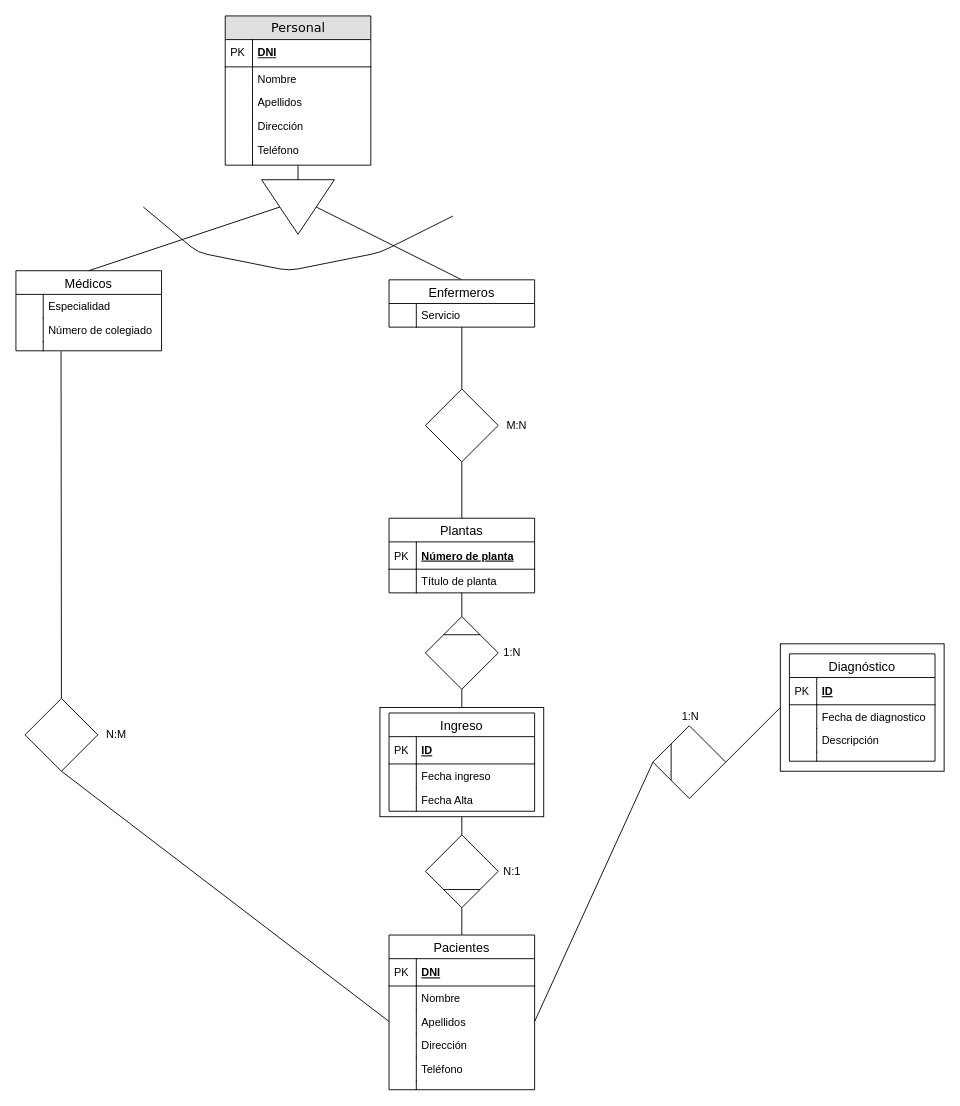
Before: Practica3/enunciado parte 2/SEGUNDO_diagramER_PostgreSQL.drawio in piter1902/BBDD2_1920, a draw.io diagram. Source tidied: cells renumbered, new cells numbered last; positions are measured from the earlier drawing's top-left corner, leaving out a move shared by most shapes. Both pictures are drawn from the tidied source at 91%, with x=0, y=0 at pixel (15, 15).
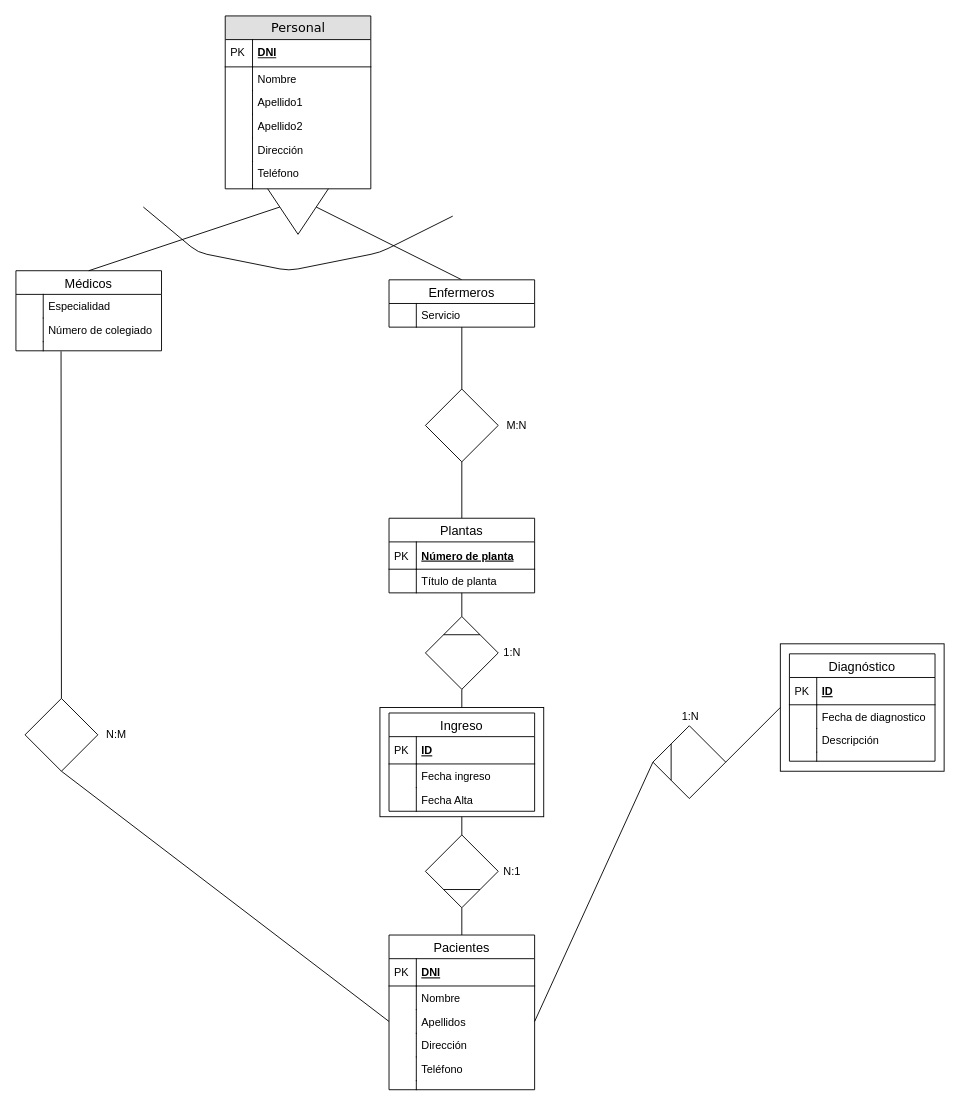
After the change.

Commit message (it also covers changes not shown here):
Cambios en el ER global parte 1 y global parte 2

What changed in the source:
```diff
@@
     <mxCell id="15" value="Personal" style="swimlane;html=1;fontStyle=0;horizontal=1;startSize=26;fillColor=#e0e0e0;swimlaneFillColor=#ffffff;align=center;rounded=0;shadow=0;comic=0;labelBackgroundColor=none;strokeWidth=1;fontFamily=Verdana;fontSize=14;" parent="1" vertex="1">
-      <mxGeometry x="230" width="160" height="164" as="geometry" />
+      <mxGeometry x="230" width="160" height="190" as="geometry" />
     </mxCell>
@@
+    <mxCell id="89" value="Apellido1" style="shape=partialRectangle;top=0;left=0;right=0;bottom=0;align=left;verticalAlign=top;fillColor=none;spacingLeft=34;spacingRight=4;overflow=hidden;fontSize=12;" parent="15" vertex="1">
+      <mxGeometry y="82" width="160" height="26" as="geometry" />
+    </mxCell>
+    <mxCell id="90" style="shape=partialRectangle;top=0;left=0;bottom=0;fillColor=none;align=left;verticalAlign=top;spacingLeft=4;spacingRight=4;overflow=hidden;fontSize=12;" parent="89" vertex="1">
+      <mxGeometry width="30" height="26" as="geometry" />
+    </mxCell>
-    <mxCell id="20" value="Apellidos" style="shape=partialRectangle;top=0;left=0;right=0;bottom=0;html=1;align=left;verticalAlign=top;fillColor=none;spacingLeft=34;spacingRight=4;whiteSpace=wrap;overflow=hidden;" parent="15" vertex="1">
-      <mxGeometry y="82" width="160" height="26" as="geometry" />
+    <mxCell id="20" value="Apellido2" style="shape=partialRectangle;top=0;left=0;right=0;bottom=0;html=1;align=left;verticalAlign=top;fillColor=none;spacingLeft=34;spacingRight=4;whiteSpace=wrap;overflow=hidden;" parent="15" vertex="1">
+      <mxGeometry y="108" width="160" height="26" as="geometry" />
     </mxCell>
@@
     <mxCell id="22" value="Dirección&lt;br&gt;" style="shape=partialRectangle;top=0;left=0;right=0;bottom=0;html=1;align=left;verticalAlign=top;fillColor=none;spacingLeft=34;spacingRight=4;whiteSpace=wrap;overflow=hidden;" parent="15" vertex="1">
-      <mxGeometry y="108" width="160" height="26" as="geometry" />
+      <mxGeometry y="134" width="160" height="26" as="geometry" />
     </mxCell>
@@
     <mxCell id="24" value="Teléfono" style="shape=partialRectangle;top=0;left=0;right=0;bottom=0;align=left;verticalAlign=top;fillColor=none;spacingLeft=34;spacingRight=4;overflow=hidden;fontSize=12;" parent="15" vertex="1">
-      <mxGeometry y="134" width="160" height="26" as="geometry" />
+      <mxGeometry y="160" width="160" height="26" as="geometry" />
     </mxCell>
@@
     <mxCell id="26" style="shape=partialRectangle;top=0;left=0;right=0;bottom=0;html=1;align=left;verticalAlign=top;fillColor=none;spacingLeft=34;spacingRight=4;whiteSpace=wrap;overflow=hidden;points=[[0,0.5],[1,0.5]];portConstraint=eastwest;" parent="15" vertex="1">
-      <mxGeometry y="160" width="160" height="4" as="geometry" />
+      <mxGeometry y="186" width="160" height="4" as="geometry" />
     </mxCell>
```
